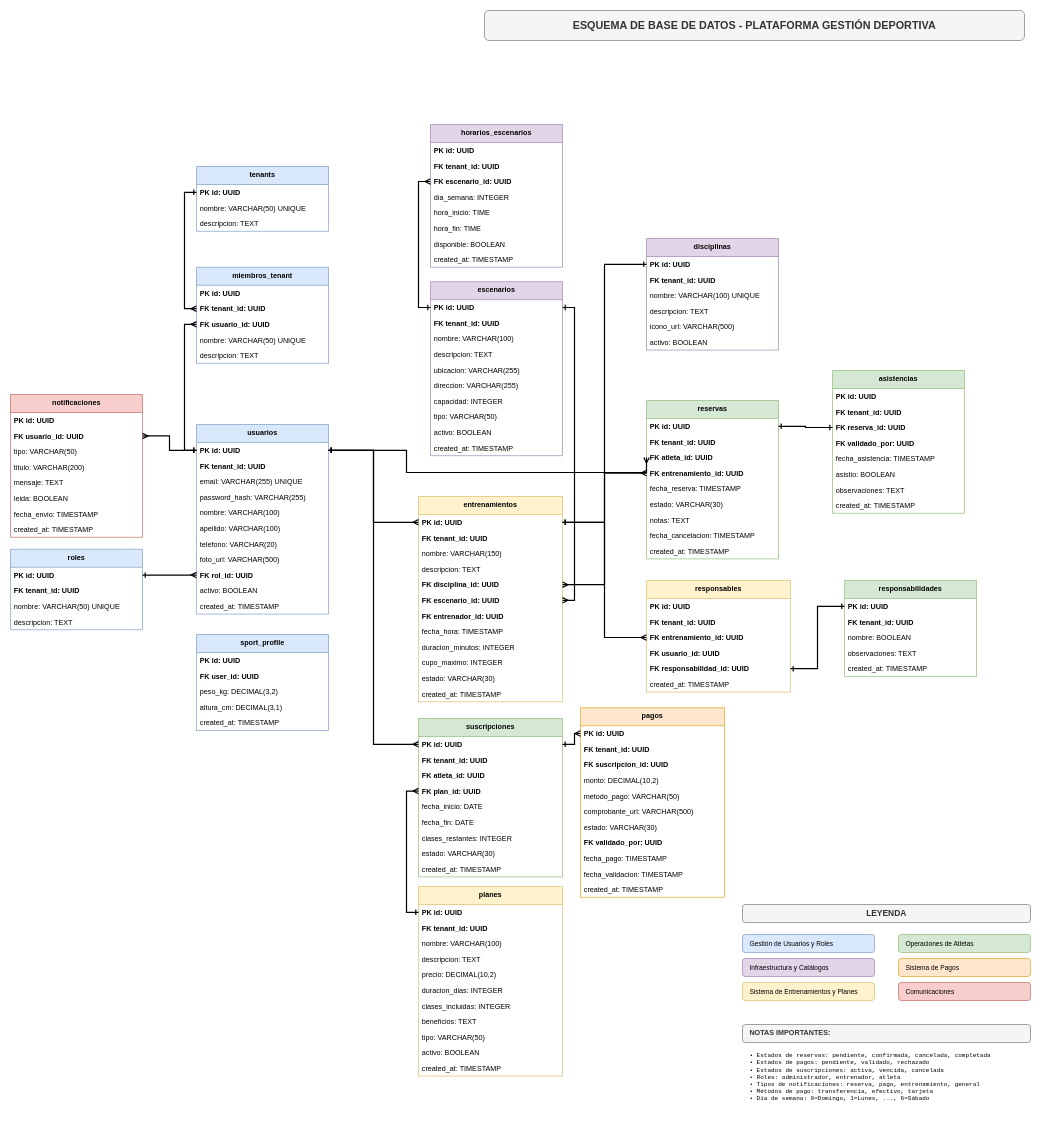
Before: projectspec/diagrams/database-schema.drawio in SergioRojasM/app-sports-manager, a draw.io diagram. Source tidied: cells renumbered, new cells numbered last; positions are measured from the earlier drawing's top-left corner, leaving out a move shared by most shapes. Both pictures are drawn from the tidied source at 60%, with x=0, y=0 at pixel (10, 10).
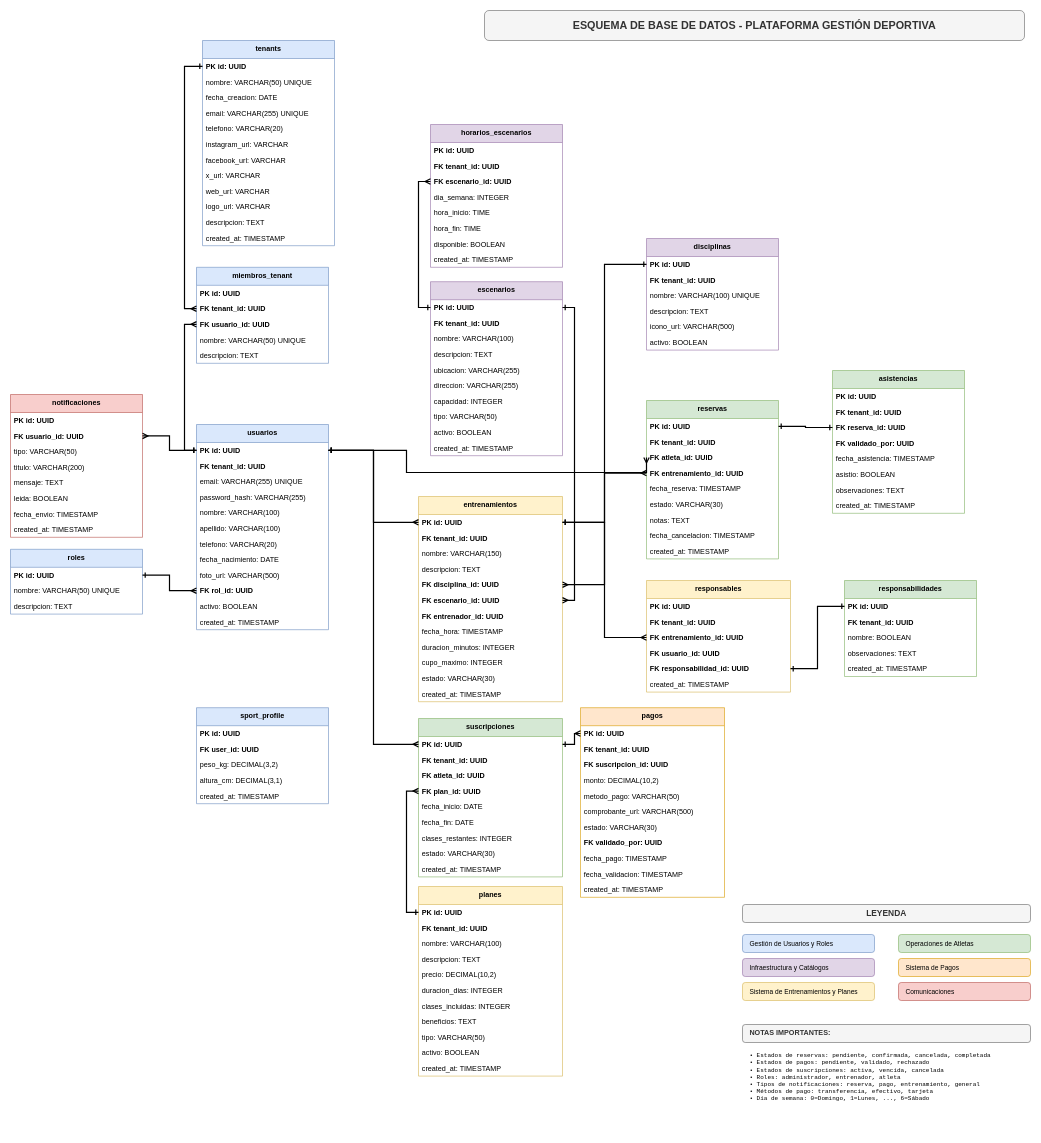
The same page after the edit.

The edit, as a diff of the source:
```diff
@@
     <mxCell id="3" value="usuarios" style="swimlane;fontStyle=1;align=center;verticalAlign=top;horizontal=1;startSize=30;fillColor=#dae8fc;strokeColor=#6c8ebf;fontSize=12;" parent="1" vertex="1">
-      <mxGeometry x="310" y="690" width="220" height="316" as="geometry" />
+      <mxGeometry x="310" y="690" width="220" height="342" as="geometry" />
     </mxCell>
@@
+    <mxCell id="176" value="fecha_nacimiento: DATE" style="text;strokeColor=none;fillColor=none;align=left;verticalAlign=top;spacingLeft=4;spacingRight=4;overflow=hidden;" parent="3" vertex="1">
+      <mxGeometry y="212" width="220" height="26" as="geometry" />
+    </mxCell>
     <mxCell id="11" value="     foto_url: VARCHAR(500)" style="text;strokeColor=none;fillColor=none;align=left;verticalAlign=top;spacingLeft=4;spacingRight=4;overflow=hidden;" parent="3" vertex="1">
-      <mxGeometry y="212" width="220" height="26" as="geometry" />
+      <mxGeometry y="238" width="220" height="26" as="geometry" />
     </mxCell>
     <mxCell id="12" value="FK  rol_id: UUID" style="text;strokeColor=none;fillColor=none;align=left;verticalAlign=top;spacingLeft=4;spacingRight=4;overflow=hidden;points=[[0,0.5],[1,0.5]];portConstraint=eastwest;fontStyle=1;" parent="3" vertex="1">
-      <mxGeometry y="238" width="220" height="26" as="geometry" />
+      <mxGeometry y="264" width="220" height="26" as="geometry" />
     </mxCell>
     <mxCell id="13" value="     activo: BOOLEAN" style="text;strokeColor=none;fillColor=none;align=left;verticalAlign=top;spacingLeft=4;spacingRight=4;overflow=hidden;" parent="3" vertex="1">
-      <mxGeometry y="264" width="220" height="26" as="geometry" />
+      <mxGeometry y="290" width="220" height="26" as="geometry" />
     </mxCell>
     <mxCell id="14" value="     created_at: TIMESTAMP" style="text;strokeColor=none;fillColor=none;align=left;verticalAlign=top;spacingLeft=4;spacingRight=4;overflow=hidden;" parent="3" vertex="1">
-      <mxGeometry y="290" width="220" height="26" as="geometry" />
+      <mxGeometry y="316" width="220" height="26" as="geometry" />
     </mxCell>
     <mxCell id="15" value="roles" style="swimlane;fontStyle=1;align=center;verticalAlign=top;horizontal=1;startSize=30;fillColor=#dae8fc;strokeColor=#6c8ebf;fontSize=12;" parent="1" vertex="1">
-      <mxGeometry y="898" width="220" height="134" as="geometry" />
+      <mxGeometry y="898" width="220" height="108" as="geometry" />
     </mxCell>
@@
-    <mxCell id="17" value="FK tenant_id: UUID" style="text;strokeColor=none;fillColor=none;align=left;verticalAlign=top;spacingLeft=4;spacingRight=4;overflow=hidden;fontStyle=1;" parent="15" vertex="1">
-      <mxGeometry y="56" width="220" height="26" as="geometry" />
-    </mxCell>
     <mxCell id="18" value="     nombre: VARCHAR(50) UNIQUE" style="text;strokeColor=none;fillColor=none;align=left;verticalAlign=top;spacingLeft=4;spacingRight=4;overflow=hidden;" parent="15" vertex="1">
-      <mxGeometry y="82" width="220" height="26" as="geometry" />
+      <mxGeometry y="56" width="220" height="26" as="geometry" />
     </mxCell>
     <mxCell id="19" value="     descripcion: TEXT" style="text;strokeColor=none;fillColor=none;align=left;verticalAlign=top;spacingLeft=4;spacingRight=4;overflow=hidden;" parent="15" vertex="1">
-      <mxGeometry y="108" width="220" height="26" as="geometry" />
+      <mxGeometry y="82" width="220" height="26" as="geometry" />
     </mxCell>
@@
     <mxCell id="143" value="tenants" style="swimlane;fontStyle=1;align=center;verticalAlign=top;horizontal=1;startSize=30;fillColor=#dae8fc;strokeColor=#6c8ebf;fontSize=12;" parent="1" vertex="1">
-      <mxGeometry x="310" y="260" width="220" height="108" as="geometry" />
+      <mxGeometry x="320" y="50" width="220" height="342" as="geometry" />
     </mxCell>
@@
+    <mxCell id="177" value="fecha_creacion: DATE" style="text;strokeColor=none;fillColor=none;align=left;verticalAlign=top;spacingLeft=4;spacingRight=4;overflow=hidden;" parent="143" vertex="1">
+      <mxGeometry y="82" width="220" height="26" as="geometry" />
+    </mxCell>
+    <mxCell id="178" value="email: VARCHAR(255) UNIQUE" style="text;strokeColor=none;fillColor=none;align=left;verticalAlign=top;spacingLeft=4;spacingRight=4;overflow=hidden;" parent="143" vertex="1">
+      <mxGeometry y="108" width="220" height="26" as="geometry" />
+    </mxCell>
+    <mxCell id="179" value="telefono: VARCHAR(20)" style="text;strokeColor=none;fillColor=none;align=left;verticalAlign=top;spacingLeft=4;spacingRight=4;overflow=hidden;" parent="143" vertex="1">
+      <mxGeometry y="134" width="220" height="26" as="geometry" />
+    </mxCell>
+    <mxCell id="180" value="instagram_url: VARCHAR" style="text;strokeColor=none;fillColor=none;align=left;verticalAlign=top;spacingLeft=4;spacingRight=4;overflow=hidden;" parent="143" vertex="1">
+      <mxGeometry y="160" width="220" height="26" as="geometry" />
+    </mxCell>
+    <mxCell id="181" value="facebook_url: VARCHAR" style="text;strokeColor=none;fillColor=none;align=left;verticalAlign=top;spacingLeft=4;spacingRight=4;overflow=hidden;" parent="143" vertex="1">
+      <mxGeometry y="186" width="220" height="26" as="geometry" />
+    </mxCell>
+    <mxCell id="182" value="x_url: VARCHAR" style="text;strokeColor=none;fillColor=none;align=left;verticalAlign=top;spacingLeft=4;spacingRight=4;overflow=hidden;" parent="143" vertex="1">
+      <mxGeometry y="212" width="220" height="26" as="geometry" />
+    </mxCell>
+    <mxCell id="183" value="web_url: VARCHAR" style="text;strokeColor=none;fillColor=none;align=left;verticalAlign=top;spacingLeft=4;spacingRight=4;overflow=hidden;" parent="143" vertex="1">
+      <mxGeometry y="238" width="220" height="26" as="geometry" />
+    </mxCell>
+    <mxCell id="184" value="logo_url: VARCHAR" style="text;strokeColor=none;fillColor=none;align=left;verticalAlign=top;spacingLeft=4;spacingRight=4;overflow=hidden;" parent="143" vertex="1">
+      <mxGeometry y="264" width="220" height="26" as="geometry" />
+    </mxCell>
     <mxCell id="146" value="     descripcion: TEXT" style="text;strokeColor=none;fillColor=none;align=left;verticalAlign=top;spacingLeft=4;spacingRight=4;overflow=hidden;" parent="143" vertex="1">
-      <mxGeometry y="82" width="220" height="26" as="geometry" />
+      <mxGeometry y="290" width="220" height="26" as="geometry" />
     </mxCell>
+    <mxCell id="185" value="created_at: TIMESTAMP" style="text;strokeColor=none;fillColor=none;align=left;verticalAlign=top;spacingLeft=4;spacingRight=4;overflow=hidden;" parent="143" vertex="1">
+      <mxGeometry y="316" width="220" height="26" as="geometry" />
+    </mxCell>
@@
     <mxCell id="170" value="sport_profile" style="swimlane;fontStyle=1;align=center;verticalAlign=top;horizontal=1;startSize=30;fillColor=#dae8fc;strokeColor=#6c8ebf;fontSize=12;" parent="1" vertex="1">
-      <mxGeometry x="310" y="1040" width="220" height="160" as="geometry" />
+      <mxGeometry x="310" y="1162" width="220" height="160" as="geometry" />
     </mxCell>
```
